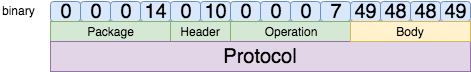
Before: doc/changeRoom.png, a diagram exported from draw.io (ht-co-wowtch/alakazam). Source tidied: cells renumbered, new cells last; positions are measured from the earlier drawing's top-left corner, leaving out a move shared by most shapes. Source of this version:
```xml
<mxGraphModel>
  <root>
    <mxCell id="0" />
    <mxCell id="1" parent="0" />
    <mxCell id="2" value="&lt;div style=&quot;font-size: 20px&quot;&gt;0&lt;/div&gt;" style="rounded=1;whiteSpace=wrap;html=1;fillColor=#dae8fc;strokeColor=#6c8ebf;fontSize=20;" parent="1" vertex="1">
      <mxGeometry x="50" width="30" height="20" as="geometry" />
    </mxCell>
    <mxCell id="3" value="&lt;div style=&quot;font-size: 20px&quot;&gt;0&lt;/div&gt;" style="rounded=1;whiteSpace=wrap;html=1;fillColor=#dae8fc;strokeColor=#6c8ebf;fontSize=20;" parent="1" vertex="1">
      <mxGeometry x="80" width="30" height="20" as="geometry" />
    </mxCell>
    <mxCell id="4" value="&lt;div style=&quot;font-size: 20px&quot;&gt;0&lt;/div&gt;" style="rounded=1;whiteSpace=wrap;html=1;fillColor=#dae8fc;strokeColor=#6c8ebf;fontSize=20;" parent="1" vertex="1">
      <mxGeometry x="110" width="30" height="20" as="geometry" />
    </mxCell>
    <mxCell id="5" value="&lt;div style=&quot;font-size: 20px&quot;&gt;14&lt;/div&gt;" style="rounded=1;whiteSpace=wrap;html=1;fillColor=#dae8fc;strokeColor=#6c8ebf;fontSize=20;" parent="1" vertex="1">
      <mxGeometry x="140" width="30" height="20" as="geometry" />
    </mxCell>
    <mxCell id="6" value="&lt;div style=&quot;font-size: 20px&quot;&gt;10&lt;/div&gt;" style="rounded=1;whiteSpace=wrap;html=1;fillColor=#dae8fc;strokeColor=#6c8ebf;fontSize=20;" parent="1" vertex="1">
      <mxGeometry x="200" width="30" height="20" as="geometry" />
    </mxCell>
    <mxCell id="7" value="&lt;div style=&quot;font-size: 20px&quot;&gt;0&lt;/div&gt;" style="rounded=1;whiteSpace=wrap;html=1;fillColor=#dae8fc;strokeColor=#6c8ebf;fontSize=20;" parent="1" vertex="1">
      <mxGeometry x="170" width="30" height="20" as="geometry" />
    </mxCell>
    <mxCell id="8" value="&lt;div style=&quot;font-size: 20px&quot;&gt;0&lt;/div&gt;" style="rounded=1;whiteSpace=wrap;html=1;fillColor=#dae8fc;strokeColor=#6c8ebf;fontSize=20;" parent="1" vertex="1">
      <mxGeometry x="230" width="30" height="20" as="geometry" />
    </mxCell>
    <mxCell id="9" value="&lt;div style=&quot;font-size: 20px&quot;&gt;0&lt;/div&gt;" style="rounded=1;whiteSpace=wrap;html=1;fillColor=#dae8fc;strokeColor=#6c8ebf;fontSize=20;" parent="1" vertex="1">
      <mxGeometry x="260" width="30" height="20" as="geometry" />
    </mxCell>
    <mxCell id="10" value="&lt;div style=&quot;font-size: 20px&quot;&gt;0&lt;/div&gt;" style="rounded=1;whiteSpace=wrap;html=1;fillColor=#dae8fc;strokeColor=#6c8ebf;fontSize=20;" parent="1" vertex="1">
      <mxGeometry x="290" width="30" height="20" as="geometry" />
    </mxCell>
    <mxCell id="11" value="&lt;div style=&quot;font-size: 20px&quot;&gt;7&lt;/div&gt;" style="rounded=1;whiteSpace=wrap;html=1;fillColor=#dae8fc;strokeColor=#6c8ebf;fontSize=20;" parent="1" vertex="1">
      <mxGeometry x="320" width="30" height="20" as="geometry" />
    </mxCell>
    <mxCell id="12" value="&lt;span style=&quot;font-size: 12px;&quot;&gt;Package&lt;/span&gt;" style="rounded=0;whiteSpace=wrap;html=1;fillColor=#d5e8d4;strokeColor=#82b366;fontSize=12;" parent="1" vertex="1">
      <mxGeometry x="50" y="20" width="120" height="20" as="geometry" />
    </mxCell>
    <mxCell id="13" value="&lt;span style=&quot;font-size: 12px&quot;&gt;Header&lt;/span&gt;" style="rounded=0;whiteSpace=wrap;html=1;fillColor=#d5e8d4;strokeColor=#82b366;fontSize=12;" parent="1" vertex="1">
      <mxGeometry x="170" y="20" width="60" height="20" as="geometry" />
    </mxCell>
    <mxCell id="14" value="&lt;span&gt;Operation&lt;/span&gt;&lt;br&gt;" style="rounded=0;whiteSpace=wrap;html=1;fillColor=#d5e8d4;strokeColor=#82b366;fontSize=12;" parent="1" vertex="1">
      <mxGeometry x="230" y="20" width="120" height="20" as="geometry" />
    </mxCell>
    <mxCell id="15" value="&lt;span&gt;Protocol&lt;/span&gt;&lt;br&gt;" style="rounded=0;whiteSpace=wrap;html=1;fontSize=20;fillColor=#e1d5e7;strokeColor=#9673a6;" parent="1" vertex="1">
      <mxGeometry x="50" y="40" width="420" height="30" as="geometry" />
    </mxCell>
    <mxCell id="16" value="binary" style="text;html=1;align=left;verticalAlign=top;spacingTop=-4;fontSize=12;" parent="1" vertex="1">
      <mxGeometry width="50" height="20" as="geometry" />
    </mxCell>
    <mxCell id="17" value="&lt;div style=&quot;font-size: 20px&quot;&gt;49&lt;/div&gt;" style="rounded=1;whiteSpace=wrap;html=1;fillColor=#dae8fc;strokeColor=#6c8ebf;fontSize=20;" parent="1" vertex="1">
      <mxGeometry x="350" width="30" height="20" as="geometry" />
    </mxCell>
    <mxCell id="18" value="&lt;div style=&quot;font-size: 20px&quot;&gt;48&lt;/div&gt;" style="rounded=1;whiteSpace=wrap;html=1;fillColor=#dae8fc;strokeColor=#6c8ebf;fontSize=20;" parent="1" vertex="1">
      <mxGeometry x="380" width="30" height="20" as="geometry" />
    </mxCell>
    <mxCell id="19" value="&lt;div style=&quot;font-size: 20px&quot;&gt;48&lt;/div&gt;" style="rounded=1;whiteSpace=wrap;html=1;fillColor=#dae8fc;strokeColor=#6c8ebf;fontSize=20;" parent="1" vertex="1">
      <mxGeometry x="410" width="30" height="20" as="geometry" />
    </mxCell>
    <mxCell id="20" value="&lt;div style=&quot;font-size: 20px&quot;&gt;49&lt;/div&gt;" style="rounded=1;whiteSpace=wrap;html=1;fillColor=#dae8fc;strokeColor=#6c8ebf;fontSize=20;" parent="1" vertex="1">
      <mxGeometry x="440" width="30" height="20" as="geometry" />
    </mxCell>
    <mxCell id="21" value="&lt;span&gt;Body&lt;/span&gt;&lt;br&gt;" style="rounded=0;whiteSpace=wrap;html=1;fillColor=#fff2cc;strokeColor=#d6b656;fontSize=12;" parent="1" vertex="1">
      <mxGeometry x="350" y="20" width="120" height="20" as="geometry" />
    </mxCell>
  </root>
</mxGraphModel>
```
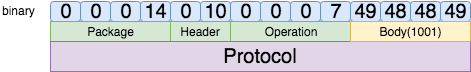
The same diagram one commit later.

Diff of the diagram source:
```diff
@@ -59,7 +59,7 @@
     <mxCell id="20" value="&lt;div style=&quot;font-size: 20px&quot;&gt;49&lt;/div&gt;" style="rounded=1;whiteSpace=wrap;html=1;fillColor=#dae8fc;strokeColor=#6c8ebf;fontSize=20;" parent="1" vertex="1">
       <mxGeometry x="440" width="30" height="20" as="geometry" />
     </mxCell>
-    <mxCell id="21" value="&lt;span&gt;Body&lt;/span&gt;&lt;br&gt;" style="rounded=0;whiteSpace=wrap;html=1;fillColor=#fff2cc;strokeColor=#d6b656;fontSize=12;" parent="1" vertex="1">
+    <mxCell id="21" value="&lt;span&gt;Body(1001)&lt;/span&gt;&lt;br&gt;" style="rounded=0;whiteSpace=wrap;html=1;fillColor=#fff2cc;strokeColor=#d6b656;fontSize=12;" parent="1" vertex="1">
       <mxGeometry x="350" y="20" width="120" height="20" as="geometry" />
     </mxCell>
   </root>
```
